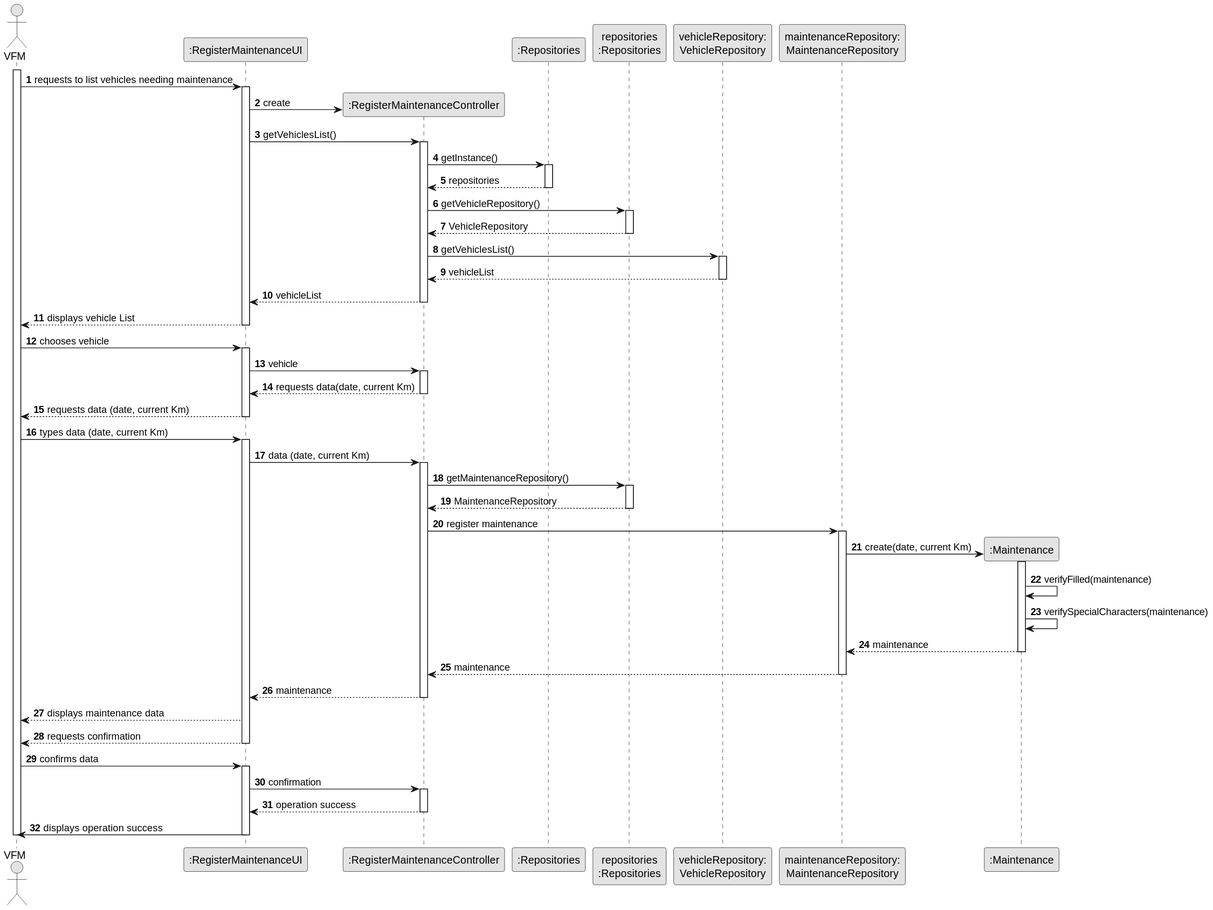
Earlier version of the PlantUML export docs/sprintB/us007/03.design/svg/us007-sequence-diagram-full.svg (ricardomm7/leaflink).
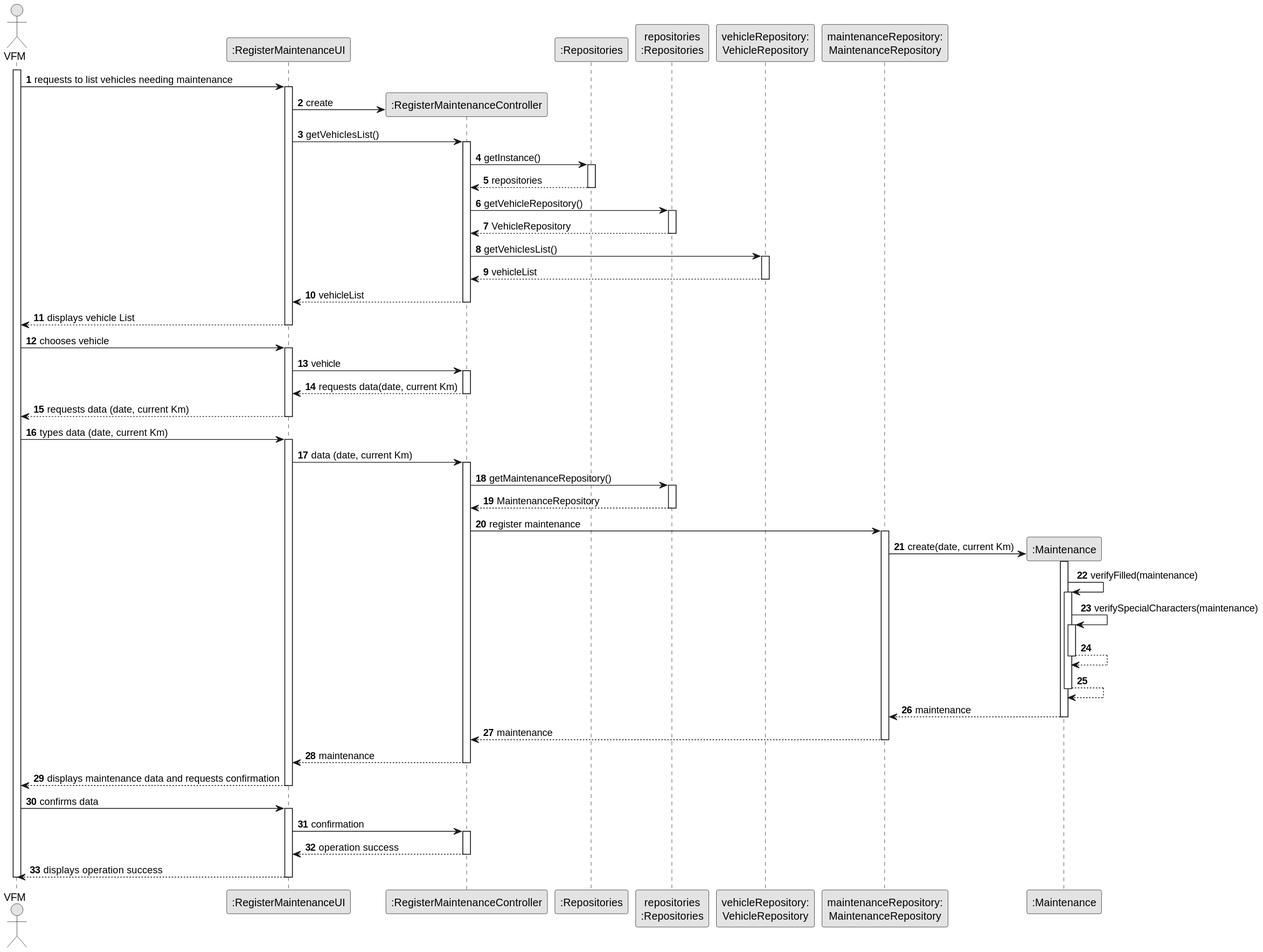
After the commit.

What changed in the source:
```diff
@@ -79,15 +79,20 @@
             activate Maintenance
 
                 Maintenance -> Maintenance : verifyFilled(maintenance)
+                activate Maintenance
                 Maintenance -> Maintenance : verifySpecialCharacters(maintenance)
+                activate Maintenance
+                Maintenance --> Maintenance
+                deactivate Maintenance
+                Maintenance --> Maintenance
+                deactivate Maintenance
                 Maintenance --> MaintenanceRepository : maintenance
                deactivate
                MaintenanceRepository --> CTRL : maintenance
                deactivate
                CTRL --> UI : maintenance
                deactivate
-               UI --> VFM : displays maintenance data
-               UI --> VFM : requests confirmation
+               UI --> VFM : displays maintenance data and requests confirmation
                deactivate
                VFM -> UI : confirms data
                activate UI
@@ -97,7 +102,7 @@
 
                CTRL --> UI : operation success
                deactivate
-               UI -> VFM : displays operation success
+               UI --> VFM : displays operation success
                deactivate
 
                deactivate VFM
```
